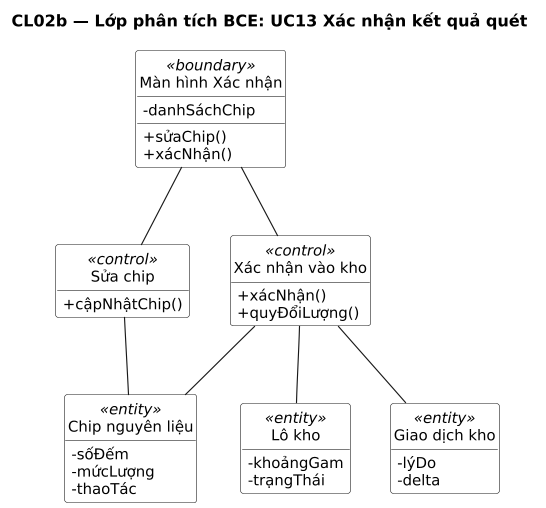
The PlantUML diagram docs/uml/out/class/CL02b-bce-xac-nhan-quet.png in NamBuw/Tastoria, before a commit. Source of this version:
```plantuml
@startuml
title CL02b — Lớp phân tích BCE: UC13 Xác nhận kết quả quét
skinparam shadowing false
skinparam defaultFontName DejaVu Sans
skinparam defaultFontSize 13
skinparam dpi 110

hide circle
hide empty members
skinparam classAttributeIconSize 0
skinparam ClassBackgroundColor White

class "Màn hình Xác nhận" as BX <<boundary>> {
  -danhSáchChip
  +sửaChip()
  +xácNhận()
}
class "Sửa chip" as CSC <<control>> {
  +cậpNhậtChip()
}
class "Xác nhận vào kho" as CX <<control>> {
  +xácNhận()
  +quyĐổiLượng()
}
class "Chip nguyên liệu" as ECH <<entity>> {
  -sốĐếm
  -mứcLượng
  -thaoTác
}
class "Lô kho" as ELO <<entity>> {
  -khoảngGam
  -trạngThái
}
class "Giao dịch kho" as EGD <<entity>> {
  -lýDo
  -delta
}

BX -- CSC
BX -- CX
CSC -- ECH
CX -- ECH
CX -- ELO
CX -- EGD
@enduml
```
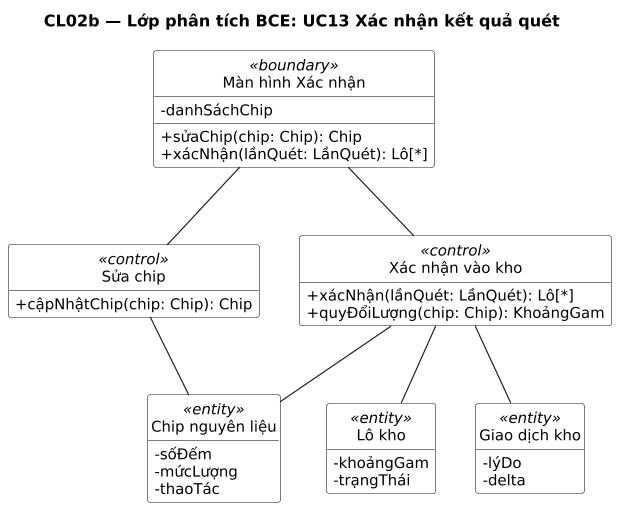
The same file after the commit.

What changed in the source:
```diff
@@ -12,15 +12,15 @@
 
 class "Màn hình Xác nhận" as BX <<boundary>> {
   -danhSáchChip
-  +sửaChip()
-  +xácNhận()
+  +sửaChip(chip: Chip): Chip
+  +xácNhận(lầnQuét: LầnQuét): Lô[*]
 }
 class "Sửa chip" as CSC <<control>> {
-  +cậpNhậtChip()
+  +cậpNhậtChip(chip: Chip): Chip
 }
 class "Xác nhận vào kho" as CX <<control>> {
-  +xácNhận()
-  +quyĐổiLượng()
+  +xácNhận(lầnQuét: LầnQuét): Lô[*]
+  +quyĐổiLượng(chip: Chip): KhoảngGam
 }
 class "Chip nguyên liệu" as ECH <<entity>> {
   -sốĐếm
```
